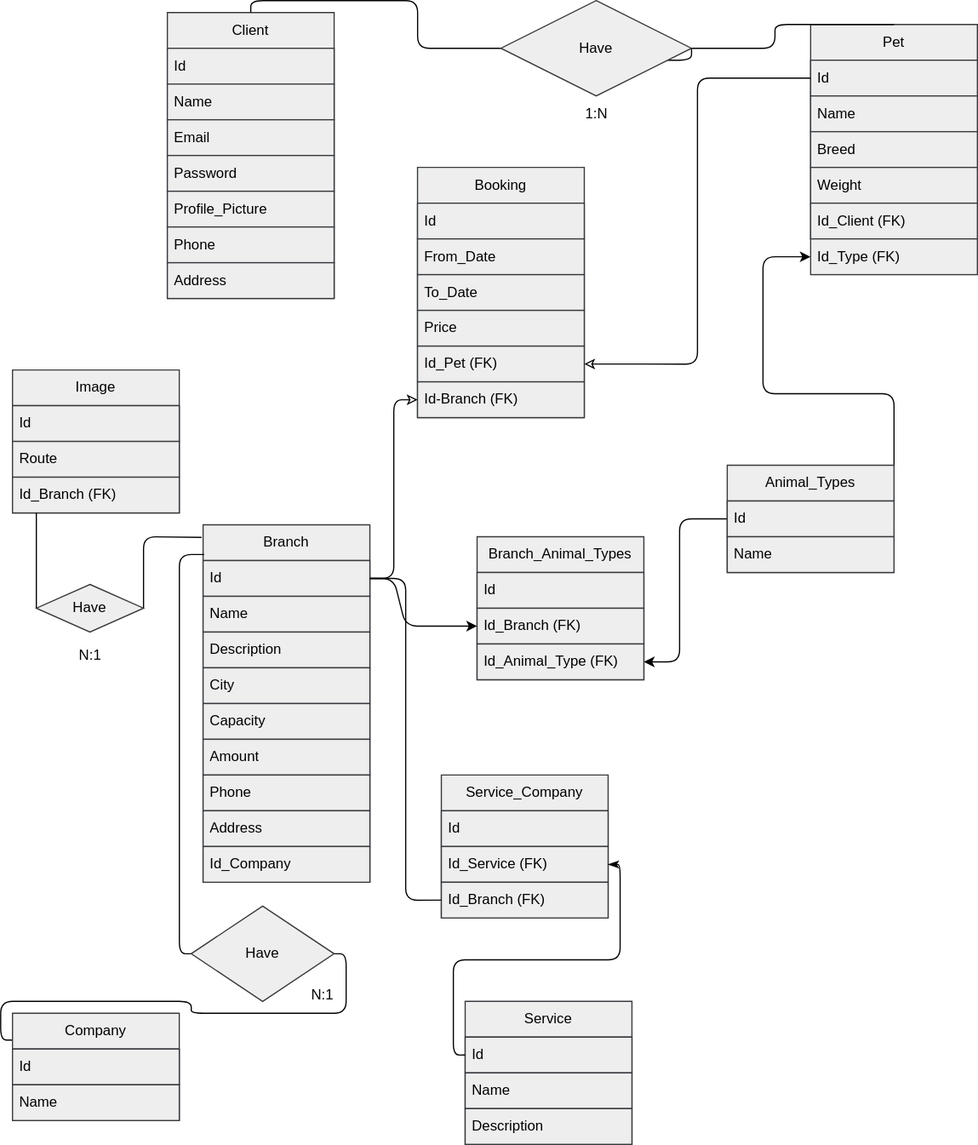
Earlier version of the draw.io export backend/project.drawio.svg (No-Country/c14-16-ft-node-react). Source tidied: cells renumbered, new cells last; positions are measured from the earlier drawing's top-left corner, leaving out a move shared by most shapes.
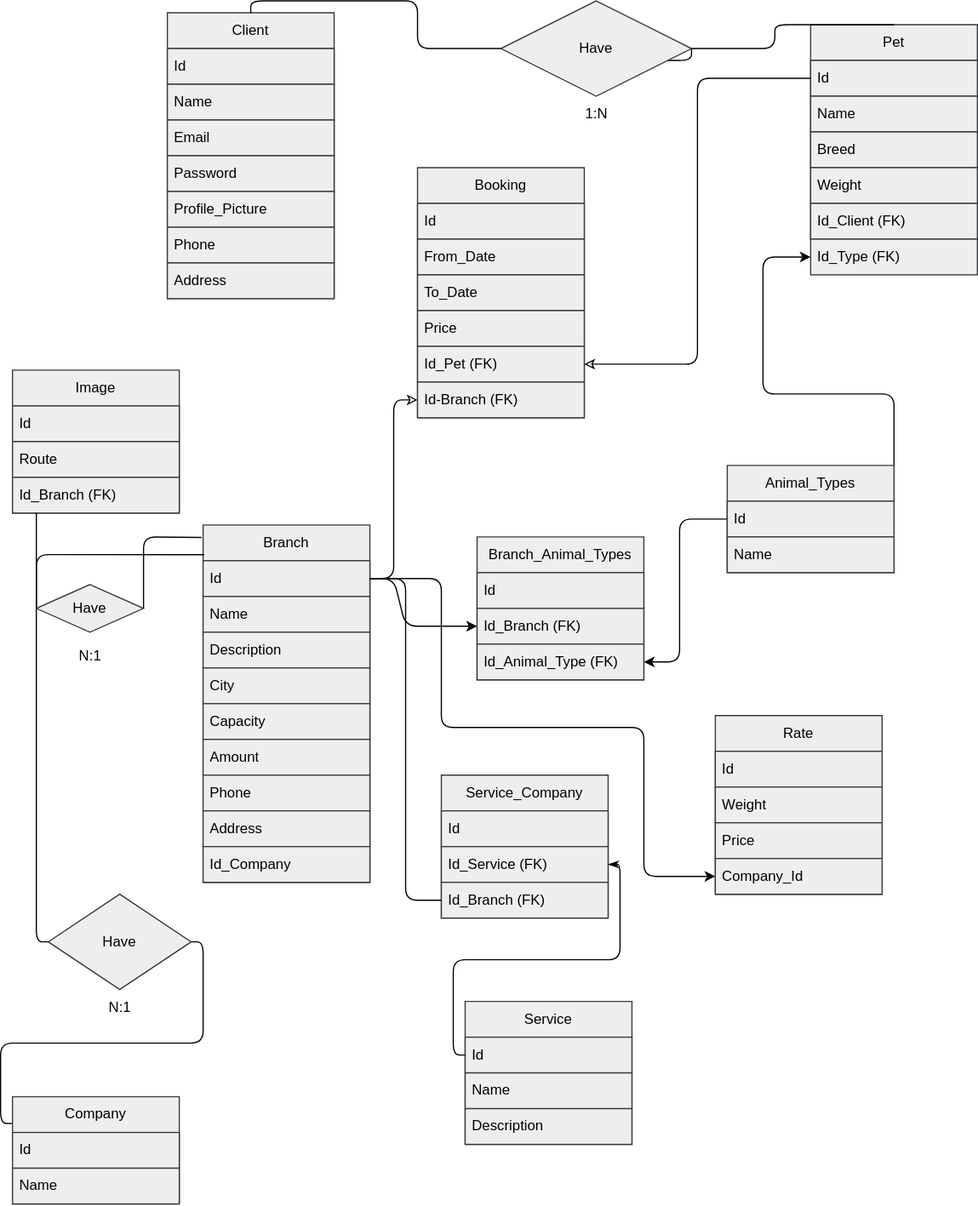
The same diagram one commit later.

Diff of the diagram source:
```diff
@@ -18,7 +18,7 @@
       <mxGeometry relative="1" as="geometry" />
     </mxCell>
     <mxCell id="7" value="Company" style="swimlane;fontStyle=0;horizontal=1;startSize=30;whiteSpace=wrap;html=1;fillColor=#eeeeee;strokeColor=#36393d;fontColor=#000000;" parent="1" vertex="1">
-      <mxGeometry y="850" width="140" height="90" as="geometry" />
+      <mxGeometry y="920" width="140" height="90" as="geometry" />
     </mxCell>
     <mxCell id="8" value="Id" style="text;strokeColor=#36393d;fillColor=#eeeeee;align=left;verticalAlign=middle;spacingLeft=4;spacingRight=4;overflow=hidden;whiteSpace=wrap;html=1;fontColor=#000000;labelBorderColor=none;" parent="7" vertex="1">
       <mxGeometry y="30" width="140" height="30" as="geometry" />
@@ -165,10 +165,10 @@
       <mxGeometry relative="1" as="geometry" />
     </mxCell>
     <mxCell id="54" value="Have" style="rhombus;whiteSpace=wrap;html=1;fillColor=#eeeeee;strokeColor=#36393d;fontColor=#000000;" parent="1" vertex="1">
-      <mxGeometry x="150" y="760" width="120" height="80" as="geometry" />
+      <mxGeometry x="30" y="750" width="120" height="80" as="geometry" />
     </mxCell>
     <mxCell id="55" value="N:1" style="text;html=1;align=center;verticalAlign=middle;strokeColor=none;fillColor=none;" parent="1" vertex="1">
-      <mxGeometry x="240" y="820" width="40" height="30" as="geometry" />
+      <mxGeometry x="70" y="830" width="40" height="30" as="geometry" />
     </mxCell>
     <mxCell id="56" value="Image" style="swimlane;fontStyle=0;horizontal=1;startSize=30;whiteSpace=wrap;html=1;fillColor=#eeeeee;strokeColor=#36393d;fontColor=#000000;" parent="1" vertex="1">
       <mxGeometry y="310" width="140" height="120" as="geometry" />
@@ -250,5 +250,30 @@
         </Array>
       </mxGeometry>
     </mxCell>
+    <mxCell id="75" value="Rate" style="swimlane;fontStyle=0;horizontal=1;startSize=30;whiteSpace=wrap;html=1;fillColor=#eeeeee;strokeColor=#36393d;fontColor=#000000;" parent="1" vertex="1">
+      <mxGeometry x="590" y="600" width="140" height="150" as="geometry" />
+    </mxCell>
+    <mxCell id="76" value="Id" style="text;strokeColor=#36393d;fillColor=#eeeeee;align=left;verticalAlign=middle;spacingLeft=4;spacingRight=4;overflow=hidden;whiteSpace=wrap;html=1;fontColor=#000000;labelBorderColor=none;" parent="75" vertex="1">
+      <mxGeometry y="30" width="140" height="30" as="geometry" />
+    </mxCell>
+    <mxCell id="77" value="Weight" style="text;strokeColor=#36393d;fillColor=#eeeeee;align=left;verticalAlign=middle;spacingLeft=4;spacingRight=4;overflow=hidden;whiteSpace=wrap;html=1;fontColor=#000000;labelBorderColor=none;" parent="75" vertex="1">
+      <mxGeometry y="60" width="140" height="30" as="geometry" />
+    </mxCell>
+    <mxCell id="78" value="Price" style="text;strokeColor=#36393d;fillColor=#eeeeee;align=left;verticalAlign=middle;spacingLeft=4;spacingRight=4;overflow=hidden;whiteSpace=wrap;html=1;fontColor=#000000;labelBorderColor=none;" parent="75" vertex="1">
+      <mxGeometry y="90" width="140" height="30" as="geometry" />
+    </mxCell>
+    <mxCell id="79" value="Company_Id" style="text;strokeColor=#36393d;fillColor=#eeeeee;align=left;verticalAlign=middle;spacingLeft=4;spacingRight=4;overflow=hidden;points=[[0,0.5],[1,0.5]];portConstraint=eastwest;whiteSpace=wrap;html=1;fontColor=#000000;labelBorderColor=none;" parent="75" vertex="1">
+      <mxGeometry y="120" width="140" height="30" as="geometry" />
+    </mxCell>
+    <mxCell id="80" style="edgeStyle=none;html=1;entryX=0;entryY=0.5;entryDx=0;entryDy=0;" parent="1" edge="1" source="34" target="79">
+      <mxGeometry relative="1" as="geometry">
+        <Array as="points">
+          <mxPoint x="360" y="485" />
+          <mxPoint x="360" y="610" />
+          <mxPoint x="530" y="610" />
+          <mxPoint x="530" y="735" />
+        </Array>
+      </mxGeometry>
+    </mxCell>
   </root>
 </mxGraphModel>
```
